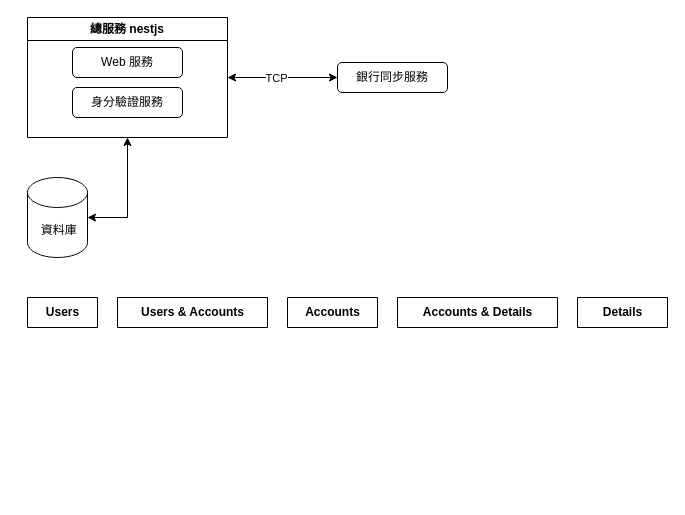
Above: doc/架構圖.drawio in r0930514/Okane (draw.io), before the change. Source tidied: cells renumbered, new cells numbered last; positions are measured from the earlier drawing's top-left corner, leaving out a move shared by most shapes. Both pictures are drawn from the tidied source at 100%, with x=0, y=0 at pixel (27, 17). Pictures stored in the file or linked from it are replaced by grey dashed boxes.
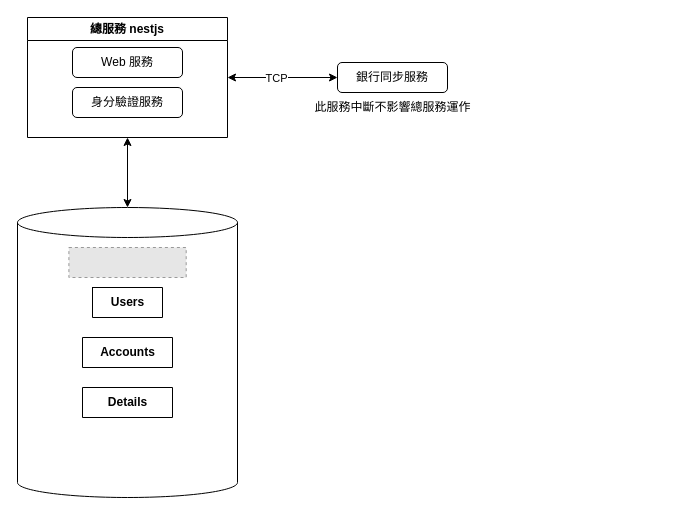
The same diagram, later.

Commit message:
更新架構圖.drawio

Change to the diagram source:
```diff
@@
 <mxGraphModel>
   <root>
     <mxCell id="0" />
     <mxCell id="1" parent="0" />
     <mxCell id="2" value="銀行同步服務" style="rounded=1;whiteSpace=wrap;html=1;strokeColor=default;" parent="1" vertex="1">
       <mxGeometry x="310" y="45" width="110" height="30" as="geometry" />
     </mxCell>
     <mxCell id="3" style="edgeStyle=orthogonalEdgeStyle;rounded=0;jettySize=auto;html=1;entryX=0;entryY=0.5;entryDx=0;entryDy=0;startArrow=classic;startFill=1;" parent="1" edge="1" source="5" target="2">
       <mxGeometry relative="1" as="geometry" />
     </mxCell>
     <mxCell id="4" value="TCP" style="edgeLabel;html=1;align=center;verticalAlign=middle;" parent="3" vertex="1">
       <mxGeometry x="-0.19" y="-2" relative="1" as="geometry">
         <mxPoint x="3" y="-2" as="offset" />
       </mxGeometry>
     </mxCell>
     <mxCell id="5" value="總服務 nestjs" style="swimlane;whiteSpace=wrap;html=1;startSize=23;" parent="1" vertex="1">
       <mxGeometry width="200" height="120" as="geometry" />
     </mxCell>
     <mxCell id="6" value="Web 服務" style="rounded=1;whiteSpace=wrap;html=1;strokeColor=default;" parent="5" vertex="1">
       <mxGeometry x="45" y="30" width="110" height="30" as="geometry" />
     </mxCell>
     <mxCell id="7" value="身分驗證服務" style="rounded=1;whiteSpace=wrap;html=1;strokeColor=default;" parent="5" vertex="1">
       <mxGeometry x="45" y="70" width="110" height="30" as="geometry" />
     </mxCell>
-    <mxCell id="8" style="edgeStyle=orthogonalEdgeStyle;rounded=0;jettySize=auto;html=1;entryX=0.5;entryY=1;entryDx=0;entryDy=0;exitX=1;exitY=0.5;exitDx=0;exitDy=0;exitPerimeter=0;startArrow=classic;startFill=1;" parent="1" edge="1" source="9" target="5">
+    <mxCell id="8" style="edgeStyle=orthogonalEdgeStyle;rounded=0;jettySize=auto;html=1;entryX=0.5;entryY=1;entryDx=0;entryDy=0;startArrow=classic;startFill=1;" parent="1" edge="1" source="9" target="5">
       <mxGeometry relative="1" as="geometry" />
     </mxCell>
-    <mxCell id="9" value="&amp;nbsp;資料庫" style="shape=cylinder3;whiteSpace=wrap;html=1;boundedLbl=1;backgroundOutline=1;size=15;" parent="1" vertex="1">
-      <mxGeometry y="160" width="60" height="80" as="geometry" />
+    <mxCell id="9" style="shape=cylinder3;whiteSpace=wrap;html=1;boundedLbl=1;backgroundOutline=1;size=15;" parent="1" vertex="1">
+      <mxGeometry x="-10" y="190" width="220" height="290" as="geometry" />
     </mxCell>
-    <mxCell id="10" value="Users" style="shape=table;startSize=30;childLayout=tableLayout;rowLines=0;fontStyle=1;align=center;html=1;swimlaneFillColor=none;" parent="1" vertex="1" collapsed="1">
-      <mxGeometry y="280" width="70" height="30" as="geometry" />
+    <mxCell id="10" value="Users" style="shape=table;startSize=0;childLayout=tableLayout;rowLines=0;fontStyle=1;align=center;html=1;swimlaneFillColor=none;" parent="1" vertex="1" collapsed="1">
+      <mxGeometry x="65" y="270" width="70" height="30" as="geometry" />
     </mxCell>
-    <mxCell id="11" value="Users &amp;amp; Accounts" style="shape=table;startSize=30;childLayout=tableLayout;rowLines=0;fontStyle=1;align=center;html=1;swimlaneFillColor=none;" parent="1" vertex="1" collapsed="1">
-      <mxGeometry x="90" y="280" width="150" height="30" as="geometry" />
-    </mxCell>
     <mxCell id="12" value="Accounts" style="shape=table;startSize=30;childLayout=tableLayout;rowLines=0;fontStyle=1;align=center;html=1;swimlaneFillColor=none;" parent="1" vertex="1" collapsed="1">
-      <mxGeometry x="260" y="280" width="90" height="30" as="geometry" />
+      <mxGeometry x="55" y="320" width="90" height="30" as="geometry" />
     </mxCell>
-    <mxCell id="13" value="Accounts &amp;amp; Details" style="shape=table;startSize=30;childLayout=tableLayout;rowLines=0;fontStyle=1;align=center;html=1;swimlaneFillColor=none;" parent="1" vertex="1" collapsed="1">
-      <mxGeometry x="370" y="280" width="160" height="30" as="geometry" />
-    </mxCell>
     <mxCell id="14" value="Details" style="shape=table;startSize=30;childLayout=tableLayout;rowLines=0;fontStyle=1;align=center;html=1;swimlaneFillColor=none;" parent="1" vertex="1" collapsed="1">
-      <mxGeometry x="550" y="280" width="90" height="30" as="geometry" />
+      <mxGeometry x="55" y="370" width="90" height="30" as="geometry" />
     </mxCell>
+    <mxCell id="15" style="fillColor=#E6E6E6;strokeColor=#999999;dashed=1;verticalLabelPosition=bottom;verticalAlign=top;" parent="1" vertex="1">
+      <mxGeometry x="41.4" y="230" width="117.3" height="30" as="geometry" />
+    </mxCell>
+    <mxCell id="16" value="此服務中斷不影響總服務運作" style="text;strokeColor=none;fillColor=none;html=1;align=center;verticalAlign=middle;whiteSpace=wrap;rounded=0;fontSize=12;" parent="1" vertex="1">
+      <mxGeometry x="257.5" y="75" width="215" height="30" as="geometry" />
+    </mxCell>
   </root>
 </mxGraphModel>
```
